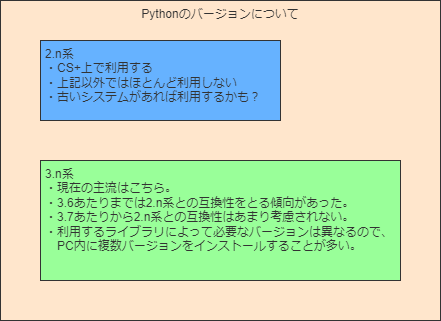
Earlier version of the draw.io export img/01Python/01.drawio.png (in0ho1no/ReadyPythonEnv). Source tidied: cells renumbered, new cells last; positions are measured from the earlier drawing's top-left corner, leaving out a move shared by most shapes. Source of this version:
```xml
<mxGraphModel>
  <root>
    <mxCell id="0" />
    <mxCell id="1" parent="0" />
    <mxCell id="2" value="Pythonのバージョンについて" style="rounded=0;whiteSpace=wrap;html=1;verticalAlign=top;fillColor=#FFE6CC;fontColor=#333333;strokeColor=#333333;" parent="1" vertex="1">
      <mxGeometry width="440" height="320" as="geometry" />
    </mxCell>
    <mxCell id="3" value="2.n系&lt;br&gt;・CS+上で利用する&lt;br&gt;・上記以外ではほとんど利用しない&lt;br&gt;・古いシステムがあれば利用するかも？" style="rounded=0;whiteSpace=wrap;html=1;align=left;verticalAlign=top;spacingLeft=3;fillColor=#66B2FF;fontColor=#333333;strokeColor=#333333;" parent="1" vertex="1">
      <mxGeometry x="40" y="40" width="240" height="80" as="geometry" />
    </mxCell>
    <mxCell id="4" value="3.n系&lt;br&gt;・現在の主流はこちら。&lt;br&gt;・3.6あたりまでは2.n系との互換性をとる傾向があった。&lt;br&gt;・3.7あたりから2.n系との互換性はあまり考慮されない。&lt;br&gt;・利用するライブラリによって必要なバージョンは異なるので、&lt;br&gt;　PC内に複数バージョンをインストールすることが多い。" style="rounded=0;whiteSpace=wrap;html=1;align=left;verticalAlign=top;spacingLeft=3;fontColor=#333333;fillColor=#99FF99;strokeColor=#333333;" parent="1" vertex="1">
      <mxGeometry x="40" y="160" width="360" height="120" as="geometry" />
    </mxCell>
  </root>
</mxGraphModel>
```
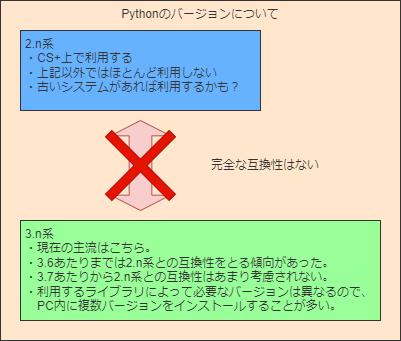
Above is the later version.

Change to the diagram source:
```diff
@@ -3,13 +3,22 @@
     <mxCell id="0" />
     <mxCell id="1" parent="0" />
     <mxCell id="2" value="Pythonのバージョンについて" style="rounded=0;whiteSpace=wrap;html=1;verticalAlign=top;fillColor=#FFE6CC;fontColor=#333333;strokeColor=#333333;" parent="1" vertex="1">
-      <mxGeometry width="440" height="320" as="geometry" />
+      <mxGeometry width="400" height="340" as="geometry" />
     </mxCell>
     <mxCell id="3" value="2.n系&lt;br&gt;・CS+上で利用する&lt;br&gt;・上記以外ではほとんど利用しない&lt;br&gt;・古いシステムがあれば利用するかも？" style="rounded=0;whiteSpace=wrap;html=1;align=left;verticalAlign=top;spacingLeft=3;fillColor=#66B2FF;fontColor=#333333;strokeColor=#333333;" parent="1" vertex="1">
-      <mxGeometry x="40" y="40" width="240" height="80" as="geometry" />
+      <mxGeometry x="20" y="30" width="240" height="80" as="geometry" />
     </mxCell>
     <mxCell id="4" value="3.n系&lt;br&gt;・現在の主流はこちら。&lt;br&gt;・3.6あたりまでは2.n系との互換性をとる傾向があった。&lt;br&gt;・3.7あたりから2.n系との互換性はあまり考慮されない。&lt;br&gt;・利用するライブラリによって必要なバージョンは異なるので、&lt;br&gt;　PC内に複数バージョンをインストールすることが多い。" style="rounded=0;whiteSpace=wrap;html=1;align=left;verticalAlign=top;spacingLeft=3;fontColor=#333333;fillColor=#99FF99;strokeColor=#333333;" parent="1" vertex="1">
-      <mxGeometry x="40" y="160" width="360" height="120" as="geometry" />
+      <mxGeometry x="20" y="220" width="360" height="100" as="geometry" />
     </mxCell>
+    <mxCell id="5" value="完全な互換性はない" style="text;html=1;strokeColor=none;fillColor=none;align=center;verticalAlign=middle;whiteSpace=wrap;rounded=0;fontColor=#333333;" parent="1" vertex="1">
+      <mxGeometry x="200" y="150" width="130" height="30" as="geometry" />
+    </mxCell>
+    <mxCell id="6" style="shape=doubleArrow;direction=south;whiteSpace=wrap;html=1;fillColor=#f8cecc;strokeColor=#b85450;arrowWidth=0.37829793294270836;arrowSize=0.17025570339626736;" parent="1" vertex="1">
+      <mxGeometry x="110" y="120" width="60" height="90" as="geometry" />
+    </mxCell>
+    <mxCell id="7" style="shape=cross;whiteSpace=wrap;html=1;fontColor=#ffffff;rotation=45;size=0.09971553234923362;fillColor=#e51400;strokeColor=#B20000;" parent="1" vertex="1">
+      <mxGeometry x="95" y="120" width="90" height="90" as="geometry" />
+    </mxCell>
   </root>
 </mxGraphModel>
```
